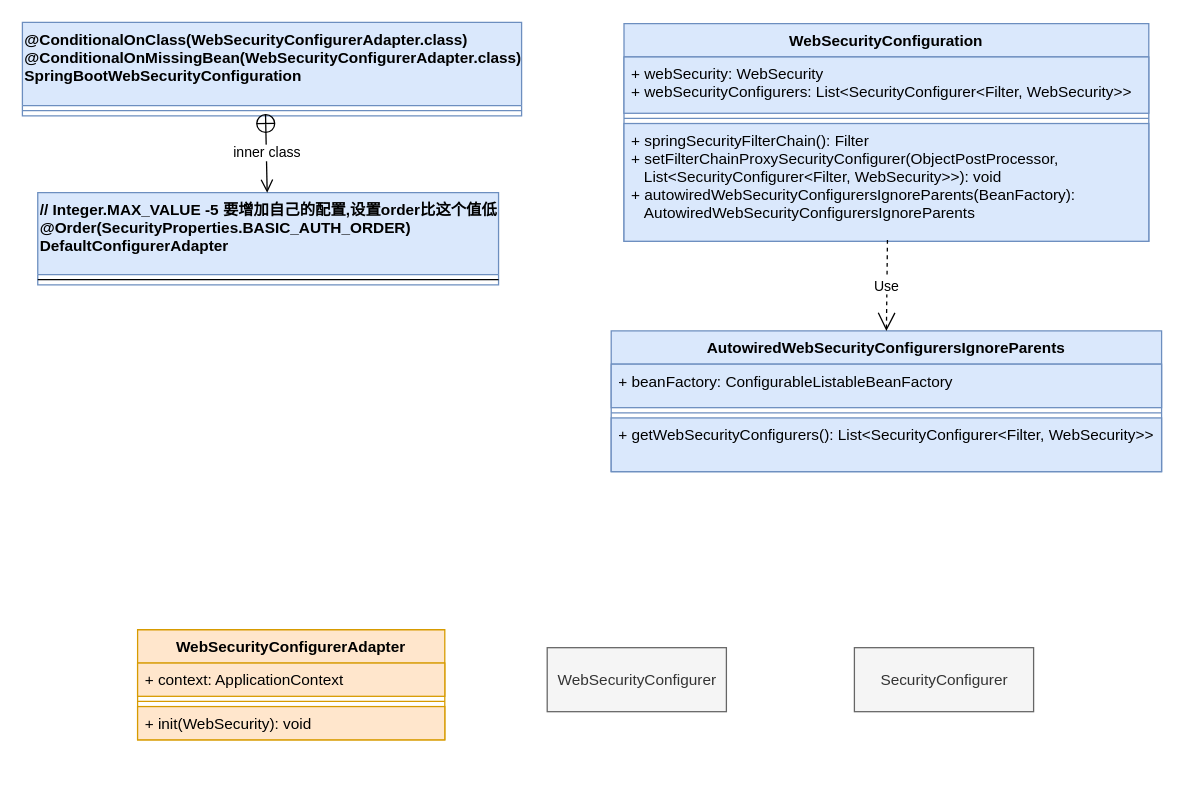
quanqiang-li/draw keeps this draw.io diagram as page "web" (3 of 3) of spring-scurity.drawio. Above is the earlier version. Source tidied: cells renumbered, new cells numbered last; positions are measured from the earlier drawing's top-left corner, leaving out a move shared by most shapes. Both pictures are drawn from the tidied source at 128%, with x=0, y=0 at pixel (22, 22).
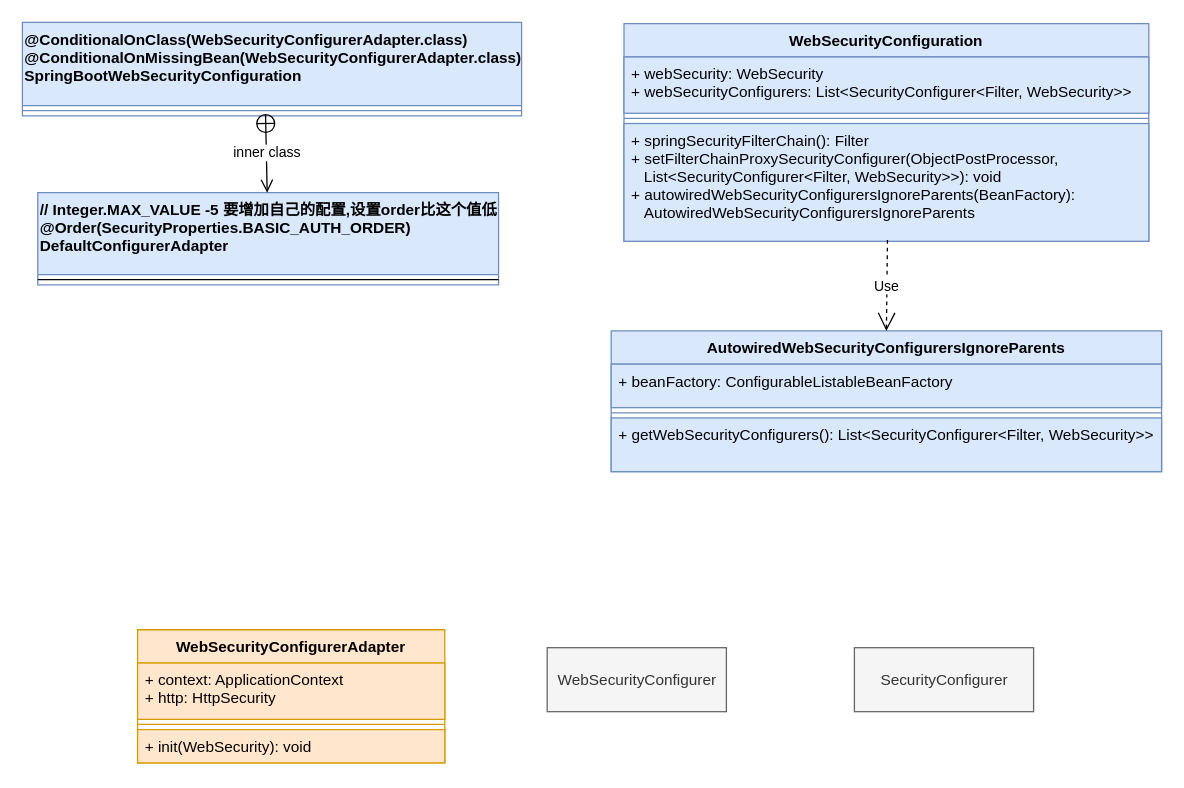
The same diagram, later.

Diff of the diagram source:
```diff
@@
     <mxCell id="14" value="WebSecurityConfigurerAdapter" style="swimlane;fontStyle=1;align=center;verticalAlign=top;horizontal=1;startSize=26;fillColor=#ffe6cc;strokeColor=#d79b00;" parent="1" vertex="1">
-      <mxGeometry x="90" y="474.5" width="240" height="86" as="geometry" />
+      <mxGeometry x="90" y="474.5" width="240" height="104" as="geometry" />
     </mxCell>
-    <mxCell id="15" value="+ context: ApplicationContext" style="text;strokeColor=#d79b00;fillColor=#ffe6cc;align=left;verticalAlign=top;spacingLeft=4;spacingRight=4;overflow=hidden;" parent="14" vertex="1">
-      <mxGeometry y="26" width="240" height="26" as="geometry" />
+    <mxCell id="15" value="+ context: ApplicationContext&#10;+ http: HttpSecurity&#10;" style="text;strokeColor=#d79b00;fillColor=#ffe6cc;align=left;verticalAlign=top;spacingLeft=4;spacingRight=4;overflow=hidden;" parent="14" vertex="1">
+      <mxGeometry y="26" width="240" height="44" as="geometry" />
     </mxCell>
     <mxCell id="16" style="line;strokeWidth=1;fillColor=#ffe6cc;align=left;verticalAlign=middle;spacingTop=-1;spacingLeft=3;spacingRight=3;labelPosition=right;strokeColor=#d79b00;" parent="14" vertex="1">
-      <mxGeometry y="52" width="240" height="8" as="geometry" />
+      <mxGeometry y="70" width="240" height="8" as="geometry" />
     </mxCell>
     <mxCell id="17" value="+ init(WebSecurity): void" style="text;strokeColor=#d79b00;fillColor=#ffe6cc;align=left;verticalAlign=top;spacingLeft=4;spacingRight=4;overflow=hidden;" parent="14" vertex="1">
-      <mxGeometry y="60" width="240" height="26" as="geometry" />
+      <mxGeometry y="78" width="240" height="26" as="geometry" />
     </mxCell>
```
